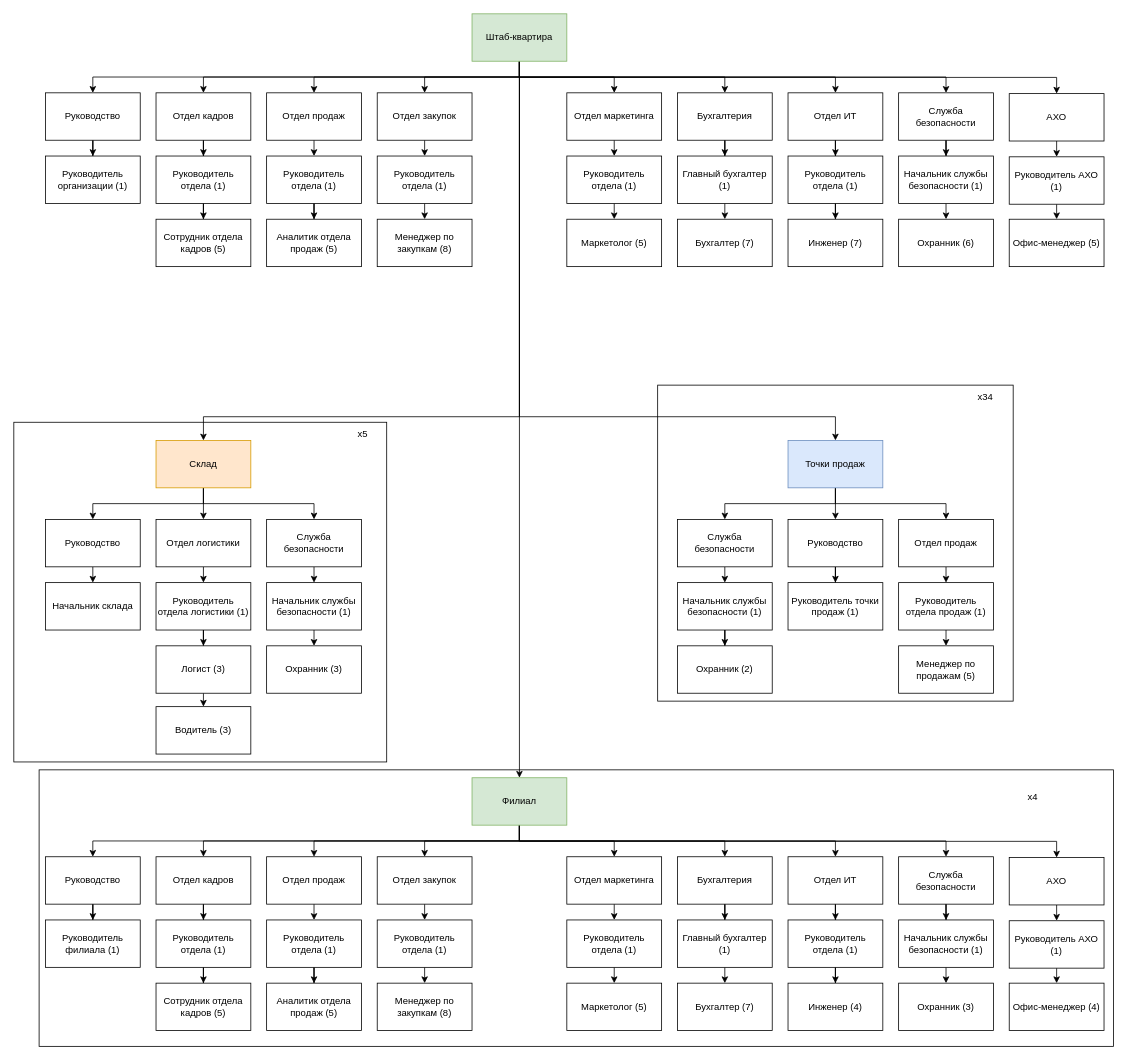
Earlier version of the draw.io diagram ИТИ курсач/структурная_диаграмма_1.drawio (MaxHedgehog7786/IIT_kursach). Source tidied: cells renumbered, new cells numbered last; positions are measured from the earlier drawing's top-left corner, leaving out a move shared by most shapes. Both pictures are drawn from the tidied source at 79%, with x=0, y=0 at pixel (13, 13).
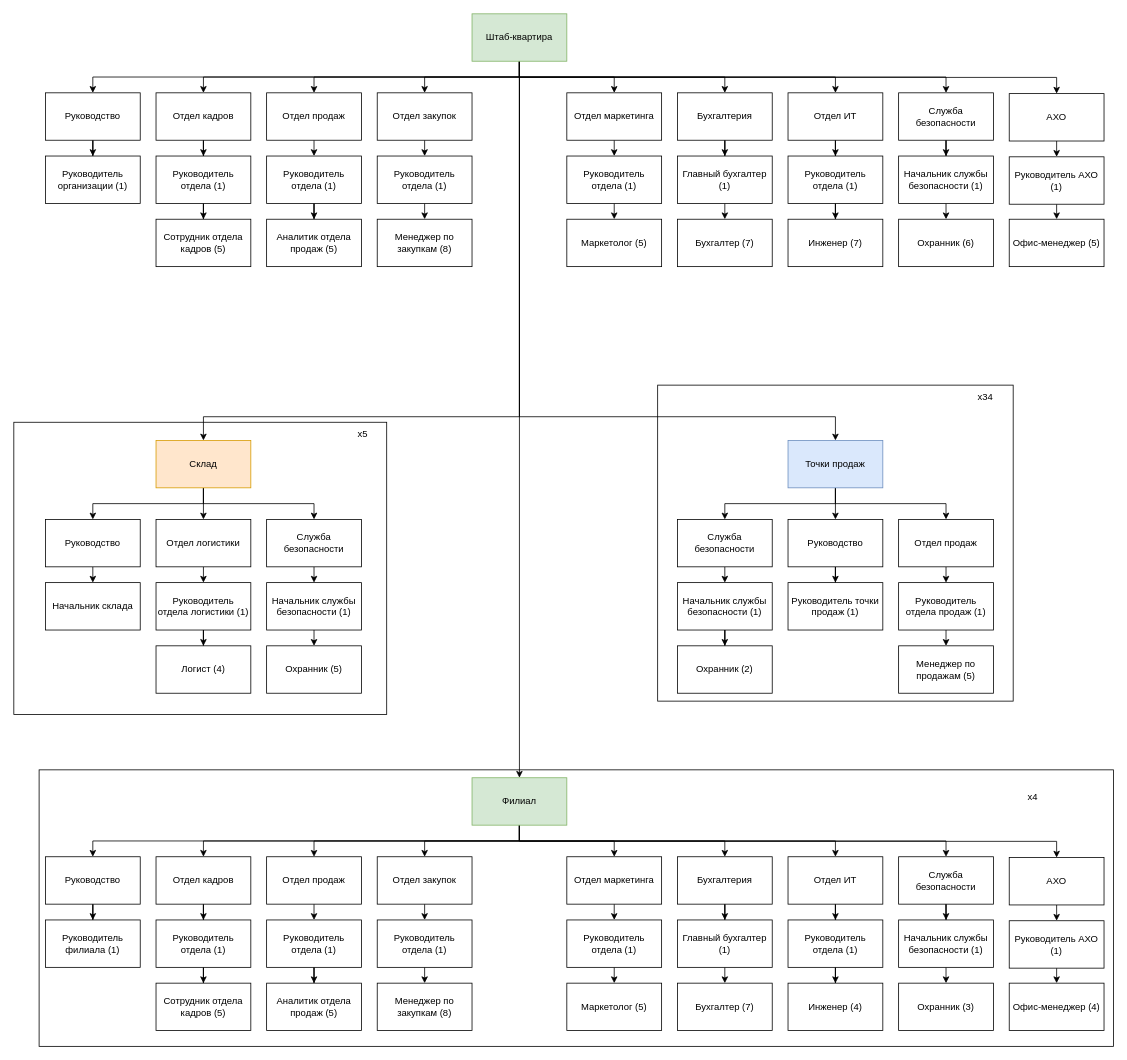
After the change.

The edit, as a diff of the source:
```diff
@@
-    <mxCell id="77" style="edgeStyle=orthogonalEdgeStyle;rounded=0;jettySize=auto;html=1;exitX=0.5;exitY=1;exitDx=0;exitDy=0;entryX=0.5;entryY=0;entryDx=0;entryDy=0;" parent="1" edge="1" source="78" target="95">
-      <mxGeometry relative="1" as="geometry" />
-    </mxCell>
-    <mxCell id="78" value="Логист (3)" style="rounded=0;whiteSpace=wrap;html=1;" parent="1" vertex="1">
+    <mxCell id="78" value="Логист (4)" style="rounded=0;whiteSpace=wrap;html=1;" parent="1" vertex="1">
       <mxGeometry x="180" y="800" width="120" height="60" as="geometry" />
     </mxCell>
@@
-    <mxCell id="81" value="Охранник (3)" style="rounded=0;whiteSpace=wrap;html=1;" parent="1" vertex="1">
+    <mxCell id="81" value="Охранник (5)" style="rounded=0;whiteSpace=wrap;html=1;" parent="1" vertex="1">
       <mxGeometry x="320" y="800" width="120" height="60" as="geometry" />
     </mxCell>
@@
-    <mxCell id="95" value="Водитель (3)" style="rounded=0;whiteSpace=wrap;html=1;" parent="1" vertex="1">
-      <mxGeometry x="180" y="877" width="120" height="60" as="geometry" />
-    </mxCell>
@@
-    <mxCell id="152" style="rounded=0;whiteSpace=wrap;html=1;fillColor=none;" parent="1" vertex="1">
-      <mxGeometry y="517" width="472" height="430" as="geometry" />
-    </mxCell>
+    <mxCell id="153" style="rounded=0;whiteSpace=wrap;html=1;fillColor=none;" parent="1" vertex="1">
+      <mxGeometry y="517" width="472" height="370" as="geometry" />
+    </mxCell>
```
